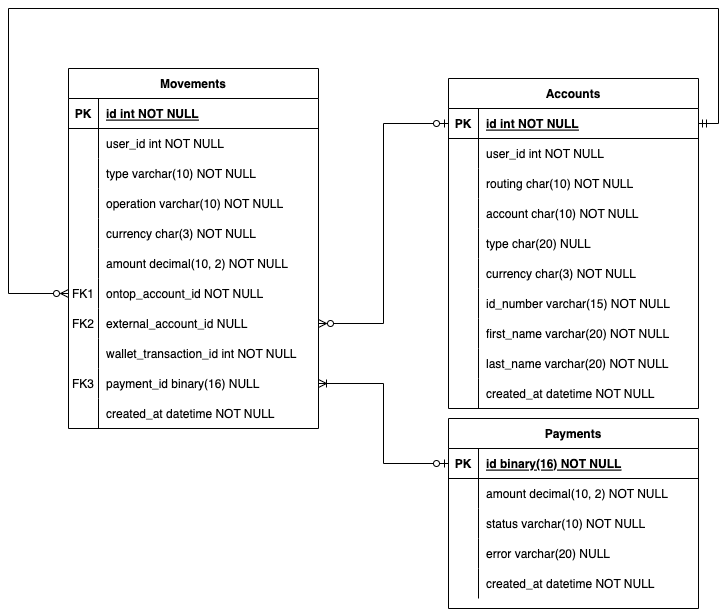
The draw.io diagram docs/models.png in ariel17/ontop_challenge, before a commit. Source tidied: cells renumbered, new cells last; positions are measured from the earlier drawing's top-left corner, leaving out a move shared by most shapes.
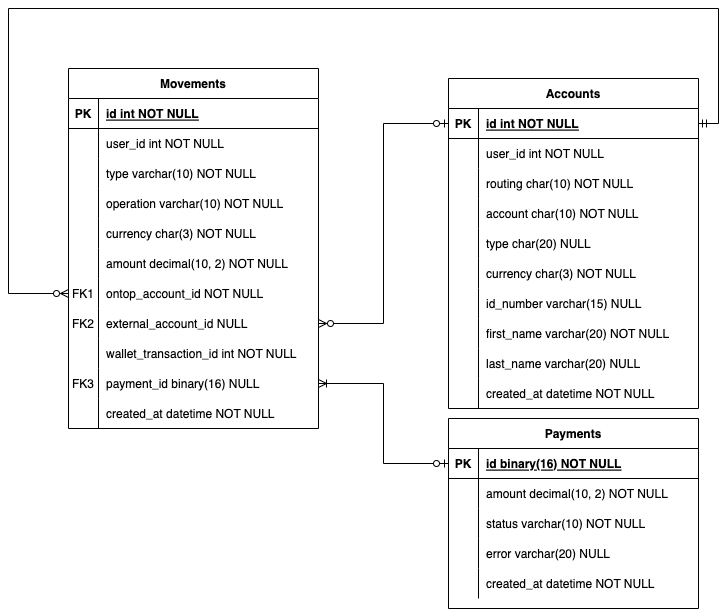
The same diagram one commit later.

Commit message:
Updates models diagram.

The edit, as a diff of the source:
```diff
@@ -215,7 +215,7 @@
     <mxCell id="72" style="shape=partialRectangle;overflow=hidden;fillColor=none;top=0;left=0;bottom=0;right=0;" parent="71" vertex="1">
       <mxGeometry width="30" height="30" as="geometry" />
     </mxCell>
-    <mxCell id="73" value="id_number varchar(15) NOT NULL" style="shape=partialRectangle;overflow=hidden;fillColor=none;top=0;left=0;bottom=0;right=0;align=left;spacingLeft=6;" parent="71" vertex="1">
+    <mxCell id="73" value="id_number varchar(15) NULL" style="shape=partialRectangle;overflow=hidden;fillColor=none;top=0;left=0;bottom=0;right=0;align=left;spacingLeft=6;" parent="71" vertex="1">
       <mxGeometry x="30" width="220" height="30" as="geometry" />
     </mxCell>
     <mxCell id="74" style="shape=partialRectangle;fillColor=none;top=0;left=0;right=0;bottom=0;" parent="52" vertex="1">
@@ -233,7 +233,7 @@
     <mxCell id="78" style="shape=partialRectangle;overflow=hidden;fillColor=none;top=0;left=0;bottom=0;right=0;" parent="77" vertex="1">
       <mxGeometry width="30" height="30" as="geometry" />
     </mxCell>
-    <mxCell id="79" value="last_name varchar(20) NOT NULL" style="shape=partialRectangle;overflow=hidden;fillColor=none;top=0;left=0;bottom=0;right=0;align=left;spacingLeft=6;" parent="77" vertex="1">
+    <mxCell id="79" value="last_name varchar(20) NULL" style="shape=partialRectangle;overflow=hidden;fillColor=none;top=0;left=0;bottom=0;right=0;align=left;spacingLeft=6;" parent="77" vertex="1">
       <mxGeometry x="30" width="220" height="30" as="geometry" />
     </mxCell>
     <mxCell id="80" style="shape=partialRectangle;fillColor=none;top=0;left=0;right=0;bottom=0;" parent="52" vertex="1">
```
